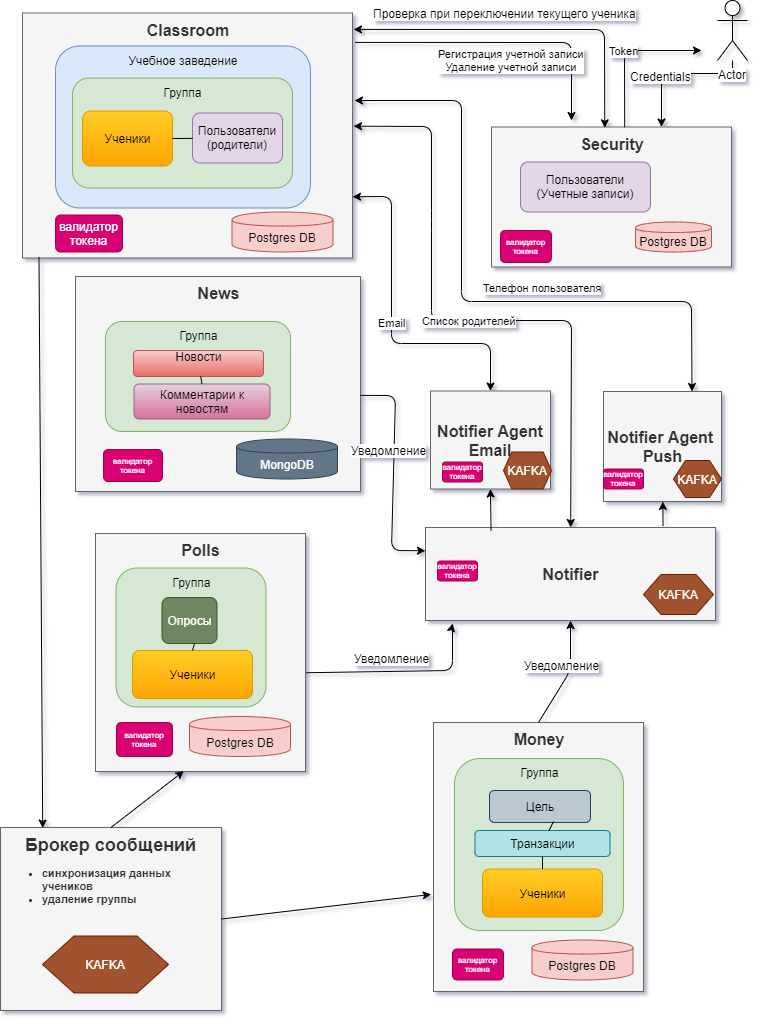
Above: pics/parcom_hw3.png in pleshakoff/pc-root (draw.io), before the change. Source tidied: cells renumbered, new cells last; positions are measured from the earlier drawing's top-left corner, leaving out a move shared by most shapes.
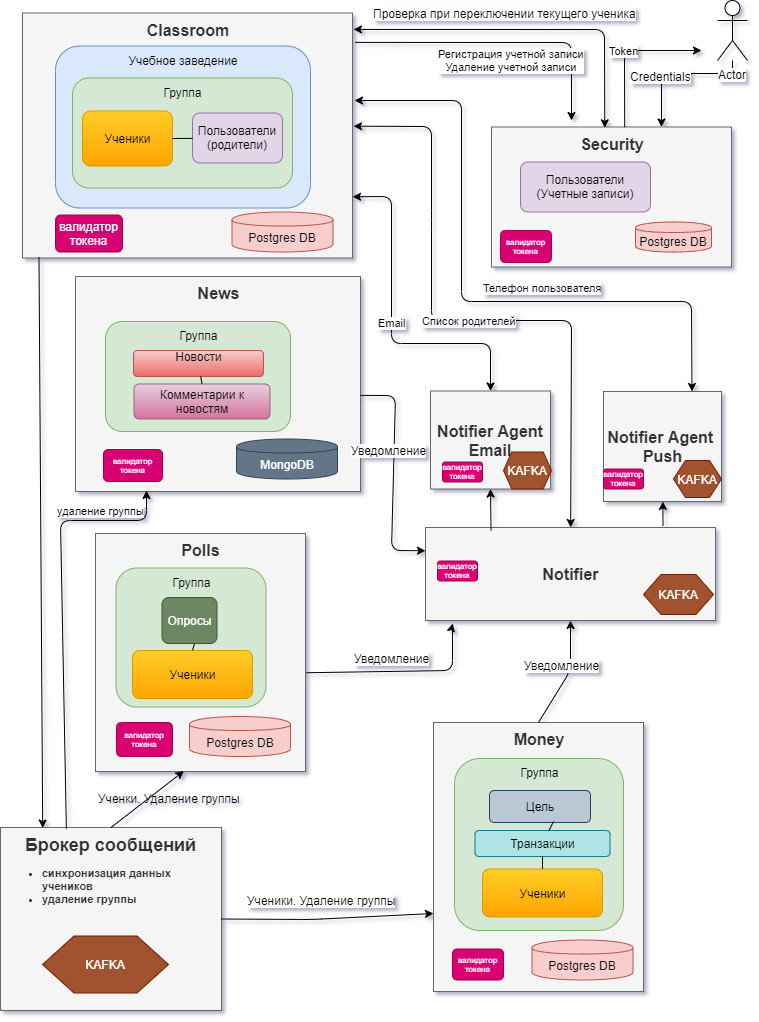
After the change.

Commit message:
Дописал про удаление группы

Change to the diagram source:
```diff
@@ -229,9 +229,18 @@
     <mxCell id="58" style="endArrow=classic;html=1;exitX=0.5;exitY=0;exitDx=0;exitDy=0;entryX=0.421;entryY=0.998;entryDx=0;entryDy=0;entryPerimeter=0;" parent="1" edge="1" source="54" target="32">
       <mxGeometry relative="1" as="geometry" />
     </mxCell>
-    <mxCell id="59" style="endArrow=classic;html=1;entryX=-0.011;entryY=0.639;entryDx=0;entryDy=0;entryPerimeter=0;exitX=1;exitY=0.5;exitDx=0;exitDy=0;" parent="1" edge="1" source="54" target="45">
-      <mxGeometry relative="1" as="geometry" />
+    <mxCell id="59" style="endArrow=classic;html=1;entryX=0;entryY=0.71;entryDx=0;entryDy=0;entryPerimeter=0;exitX=1;exitY=0.5;exitDx=0;exitDy=0;" parent="1" edge="1" source="54" target="45">
+      <mxGeometry relative="1" as="geometry">
+        <Array as="points">
+          <mxPoint x="311" y="919" />
+        </Array>
+      </mxGeometry>
     </mxCell>
+    <mxCell id="71" value="Ученики. Удаление группы" style="text;html=1;align=center;verticalAlign=middle;labelBackgroundColor=#ffffff;" parent="59" vertex="1">
+      <mxGeometry x="-0.46" y="-1" relative="1" as="geometry">
+        <mxPoint x="43" y="-20.4" as="offset" />
+      </mxGeometry>
+    </mxCell>
     <mxCell id="60" style="endArrow=classic;html=1;exitX=0.05;exitY=0.998;exitDx=0;exitDy=0;exitPerimeter=0;entryX=0.191;entryY=0.003;entryDx=0;entryDy=0;entryPerimeter=0;" parent="1" edge="1" source="2" target="54">
       <mxGeometry relative="1" as="geometry" />
     </mxCell>
@@ -265,6 +274,19 @@
         <mxPoint x="-44" y="-15.5" as="offset" />
       </mxGeometry>
     </mxCell>
+    <mxCell id="72" value="удаление группы" style="endArrow=classic;html=1;exitX=0.298;exitY=0.007;exitDx=0;exitDy=0;exitPerimeter=0;" parent="1" edge="1" source="54">
+      <mxGeometry x="0.45" y="-42" relative="1" as="geometry">
+        <mxPoint x="146" y="490" as="targetPoint" />
+        <Array as="points">
+          <mxPoint x="60" y="520" />
+          <mxPoint x="146" y="520" />
+        </Array>
+        <mxPoint x="41" y="-52" as="offset" />
+      </mxGeometry>
+    </mxCell>
+    <mxCell id="73" value="Ученки. Удаление группы" style="text;html=1;align=center;verticalAlign=middle;" parent="1" vertex="1">
+      <mxGeometry x="89" y="788" width="160" height="20" as="geometry" />
+    </mxCell>
     <mxCell id="69" value="Untitled Layer" parent="0" />
     <mxCell id="70" value="Postgres DB" style="shape=cylinder;whiteSpace=wrap;html=1;boundedLbl=1;backgroundOutline=1;fillColor=#f8cecc;strokeColor=#b85450;" parent="69" vertex="1">
       <mxGeometry x="231.5" y="211.5" width="101" height="40" as="geometry" />
```
